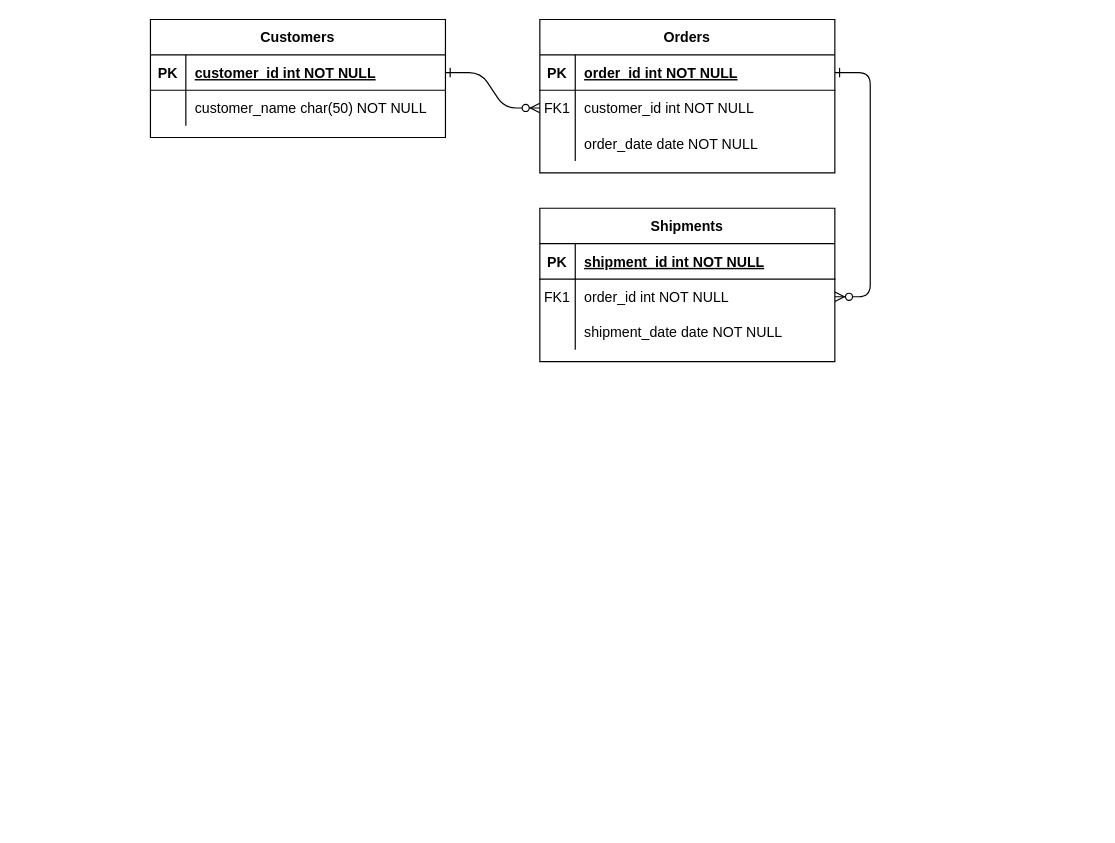
Above: BD3_ExamenParcial2.drawio in lourdesvaca/repository-algoritmica-avanzada-2023-2 (draw.io), before the change. Source tidied: cells renumbered, new cells numbered last; positions are measured from the earlier drawing's top-left corner, leaving out a move shared by most shapes. Both pictures are drawn from the tidied source at 118%, with x=0, y=0 at pixel (150, 19).
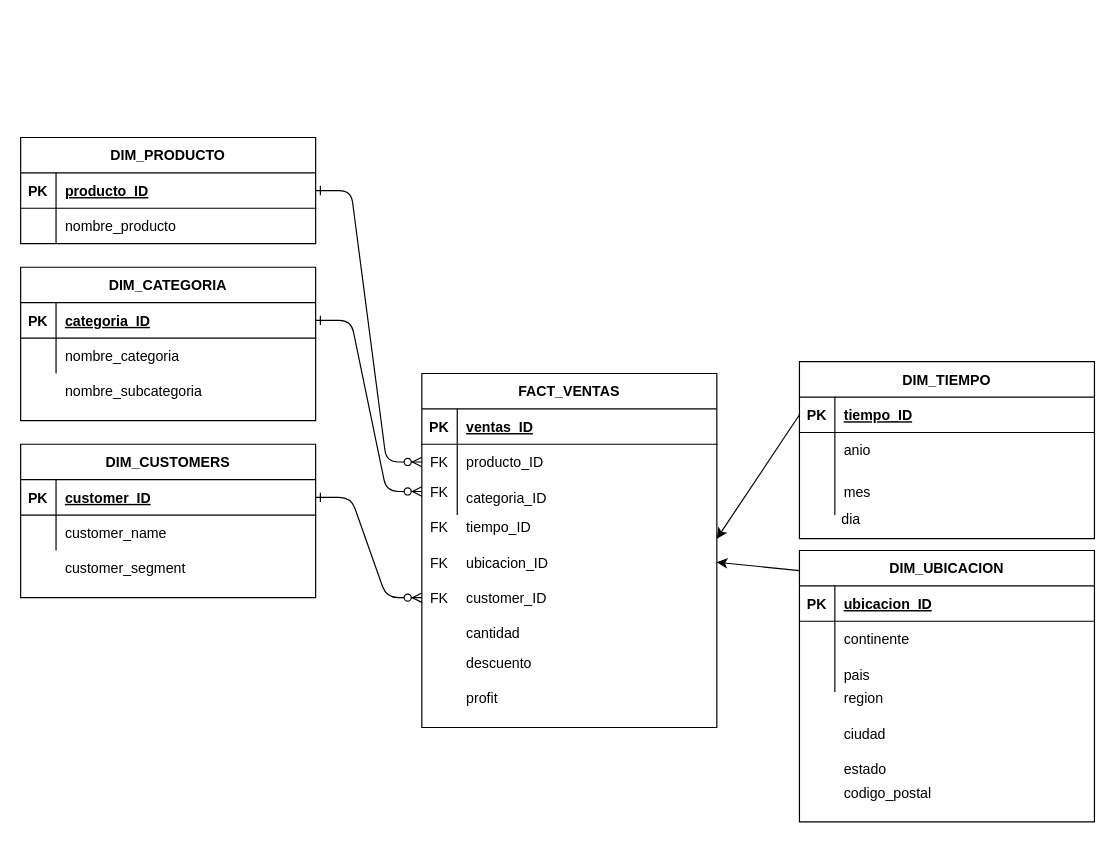
After the change.

The change refers to these unchanged cells:
```xml
<mxCell id="5" style="shape=partialRectangle;fillColor=none;points=[[0,0.5],[1,0.5]];portConstraint=eastwest;top=0;left=0;right=0;bottom=1;" parent="4" vertex="1">
  <mxGeometry y="30" width="250" height="30" as="geometry" />
</mxCell>
<mxCell id="8" style="shape=partialRectangle;fillColor=none;points=[[0,0.5],[1,0.5]];portConstraint=eastwest;top=0;left=0;right=0;bottom=0;" parent="4" vertex="1">
  <mxGeometry y="60" width="250" height="30" as="geometry" />
</mxCell>
<mxCell id="11" style="shape=partialRectangle;fillColor=none;top=0;left=0;right=0;bottom=0;" parent="4" vertex="1">
  <mxGeometry y="90" width="250" height="30" as="geometry" />
</mxCell>
<mxCell id="15" style="shape=partialRectangle;fillColor=none;points=[[0,0.5],[1,0.5]];portConstraint=eastwest;top=0;left=0;right=0;bottom=1;" parent="14" vertex="1">
  <mxGeometry y="30" width="250" height="30" as="geometry" />
</mxCell>
<mxCell id="18" style="shape=partialRectangle;fillColor=none;points=[[0,0.5],[1,0.5]];portConstraint=eastwest;top=0;left=0;right=0;bottom=0;" parent="14" vertex="1">
  <mxGeometry y="60" width="250" height="30" as="geometry" />
</mxCell>
<mxCell id="25" style="shape=partialRectangle;fillColor=none;points=[[0,0.5],[1,0.5]];portConstraint=eastwest;top=0;left=0;right=0;bottom=1;" parent="24" vertex="1">
  <mxGeometry y="30" width="250" height="30" as="geometry" />
</mxCell>
<mxCell id="28" style="shape=partialRectangle;fillColor=none;top=0;left=0;right=0;bottom=0;" parent="24" vertex="1">
  <mxGeometry y="60" width="250" height="30" as="geometry" />
</mxCell>
```

The edit, as a diff of the source:
```diff
@@
-    <mxCell id="2" style="edgeStyle=entityRelationEdgeStyle;endArrow=ERzeroToMany;startArrow=ERone;endFill=1;startFill=0;" parent="1" edge="1" source="25" target="8">
-      <mxGeometry relative="1" as="geometry" />
+    <mxCell id="2" style="edgeStyle=entityRelationEdgeStyle;endArrow=ERzeroToMany;startArrow=ERone;endFill=1;startFill=0;" parent="1" edge="1" source="25">
+      <mxGeometry relative="1" as="geometry">
+        <mxPoint x="230" y="490" as="targetPoint" />
+      </mxGeometry>
     </mxCell>
-    <mxCell id="3" style="edgeStyle=entityRelationEdgeStyle;endArrow=ERzeroToMany;startArrow=ERone;endFill=1;startFill=0;" parent="1" edge="1" source="5" target="18">
-      <mxGeometry relative="1" as="geometry" />
-    </mxCell>
-    <mxCell id="4" value="Orders" style="shape=table;startSize=30;childLayout=tableLayout;rowLines=0;fontStyle=1;align=center;" parent="1" vertex="1">
-      <mxGeometry x="330" width="250" height="130" as="geometry" />
+    <mxCell id="4" value="DIM_UBICACION" style="shape=table;startSize=30;childLayout=tableLayout;rowLines=0;fontStyle=1;align=center;" parent="1" vertex="1">
+      <mxGeometry x="550" y="450" width="250" height="230" as="geometry" />
     </mxCell>
@@
-    <mxCell id="7" value="order_id int NOT NULL " style="shape=partialRectangle;overflow=hidden;fillColor=none;top=0;left=0;bottom=0;right=0;align=left;spacingLeft=6;fontStyle=5;" parent="5" vertex="1">
+    <mxCell id="7" value="ubicacion_ID" style="shape=partialRectangle;overflow=hidden;fillColor=none;top=0;left=0;bottom=0;right=0;align=left;spacingLeft=6;fontStyle=5;" parent="5" vertex="1">
       <mxGeometry x="30" width="220" height="30" as="geometry" />
     </mxCell>
@@
-    <mxCell id="9" value="FK1" style="shape=partialRectangle;overflow=hidden;fillColor=none;top=0;left=0;bottom=0;right=0;" parent="8" vertex="1">
+    <mxCell id="9" style="shape=partialRectangle;overflow=hidden;fillColor=none;top=0;left=0;bottom=0;right=0;" parent="8" vertex="1">
       <mxGeometry width="30" height="30" as="geometry" />
     </mxCell>
-    <mxCell id="10" value="customer_id int NOT NULL" style="shape=partialRectangle;overflow=hidden;fillColor=none;top=0;left=0;bottom=0;right=0;align=left;spacingLeft=6;" parent="8" vertex="1">
+    <mxCell id="10" value="continente" style="shape=partialRectangle;overflow=hidden;fillColor=none;top=0;left=0;bottom=0;right=0;align=left;spacingLeft=6;" parent="8" vertex="1">
       <mxGeometry x="30" width="220" height="30" as="geometry" />
     </mxCell>
@@
-    <mxCell id="13" value="order_date date NOT NULL" style="shape=partialRectangle;overflow=hidden;fillColor=none;top=0;left=0;bottom=0;right=0;align=left;spacingLeft=6;" parent="11" vertex="1">
+    <mxCell id="13" value="pais" style="shape=partialRectangle;overflow=hidden;fillColor=none;top=0;left=0;bottom=0;right=0;align=left;spacingLeft=6;" parent="11" vertex="1">
       <mxGeometry x="30" width="220" height="30" as="geometry" />
     </mxCell>
-    <mxCell id="14" value="Shipments" style="shape=table;startSize=30;childLayout=tableLayout;rowLines=0;fontStyle=1;align=center;" parent="1" vertex="1">
-      <mxGeometry x="330" y="160" width="250" height="130" as="geometry" />
+    <mxCell id="14" value="DIM_TIEMPO" style="shape=table;startSize=30;childLayout=tableLayout;rowLines=0;fontStyle=1;align=center;" parent="1" vertex="1">
+      <mxGeometry x="550" y="290" width="250" height="150" as="geometry" />
     </mxCell>
@@
-    <mxCell id="17" value="shipment_id int NOT NULL " style="shape=partialRectangle;overflow=hidden;fillColor=none;top=0;left=0;bottom=0;right=0;align=left;spacingLeft=6;fontStyle=5;" parent="15" vertex="1">
+    <mxCell id="17" value="tiempo_ID" style="shape=partialRectangle;overflow=hidden;fillColor=none;top=0;left=0;bottom=0;right=0;align=left;spacingLeft=6;fontStyle=5;" parent="15" vertex="1">
       <mxGeometry x="30" width="220" height="30" as="geometry" />
     </mxCell>
@@
-    <mxCell id="19" value="FK1" style="shape=partialRectangle;overflow=hidden;fillColor=none;top=0;left=0;bottom=0;right=0;" parent="18" vertex="1">
+    <mxCell id="19" style="shape=partialRectangle;overflow=hidden;fillColor=none;top=0;left=0;bottom=0;right=0;" parent="18" vertex="1">
       <mxGeometry width="30" height="30" as="geometry" />
     </mxCell>
-    <mxCell id="20" value="order_id int NOT NULL" style="shape=partialRectangle;overflow=hidden;fillColor=none;top=0;left=0;bottom=0;right=0;align=left;spacingLeft=6;" parent="18" vertex="1">
+    <mxCell id="20" value="anio" style="shape=partialRectangle;overflow=hidden;fillColor=none;top=0;left=0;bottom=0;right=0;align=left;spacingLeft=6;" parent="18" vertex="1">
       <mxGeometry x="30" width="220" height="30" as="geometry" />
     </mxCell>
     <mxCell id="21" style="shape=partialRectangle;fillColor=none;top=0;left=0;right=0;bottom=0;" parent="14" vertex="1">
-      <mxGeometry y="90" width="250" height="30" as="geometry" />
+      <mxGeometry y="90" width="250" height="40" as="geometry" />
     </mxCell>
     <mxCell id="22" style="shape=partialRectangle;overflow=hidden;fillColor=none;top=0;left=0;bottom=0;right=0;" parent="21" vertex="1">
-      <mxGeometry width="30" height="30" as="geometry" />
+      <mxGeometry width="30" height="40" as="geometry" />
     </mxCell>
-    <mxCell id="23" value="shipment_date date NOT NULL" style="shape=partialRectangle;overflow=hidden;fillColor=none;top=0;left=0;bottom=0;right=0;align=left;spacingLeft=6;" parent="21" vertex="1">
-      <mxGeometry x="30" width="220" height="30" as="geometry" />
+    <mxCell id="23" value="mes" style="shape=partialRectangle;overflow=hidden;fillColor=none;top=0;left=0;bottom=0;right=0;align=left;spacingLeft=6;" parent="21" vertex="1">
+      <mxGeometry x="30" width="220" height="40" as="geometry" />
     </mxCell>
-    <mxCell id="24" value="Customers" style="shape=table;startSize=30;childLayout=tableLayout;rowLines=0;fontStyle=1;align=center;" parent="1" vertex="1">
-      <mxGeometry width="250" height="100" as="geometry" />
+    <mxCell id="24" value="DIM_CUSTOMERS" style="shape=table;startSize=30;childLayout=tableLayout;rowLines=0;fontStyle=1;align=center;" parent="1" vertex="1">
+      <mxGeometry x="-110" y="360" width="250" height="130" as="geometry" />
     </mxCell>
@@
-    <mxCell id="27" value="customer_id int NOT NULL " style="shape=partialRectangle;overflow=hidden;fillColor=none;top=0;left=0;bottom=0;right=0;align=left;spacingLeft=6;fontStyle=5;" parent="25" vertex="1">
+    <mxCell id="27" value="customer_ID" style="shape=partialRectangle;overflow=hidden;fillColor=none;top=0;left=0;bottom=0;right=0;align=left;spacingLeft=6;fontStyle=5;" parent="25" vertex="1">
       <mxGeometry x="30" width="220" height="30" as="geometry" />
     </mxCell>
@@
-    <mxCell id="30" value="customer_name char(50) NOT NULL" style="shape=partialRectangle;overflow=hidden;fillColor=none;top=0;left=0;bottom=0;right=0;align=left;spacingLeft=6;" parent="28" vertex="1">
+    <mxCell id="30" value="customer_name " style="shape=partialRectangle;overflow=hidden;fillColor=none;top=0;left=0;bottom=0;right=0;align=left;spacingLeft=6;" parent="28" vertex="1">
       <mxGeometry x="30" width="220" height="30" as="geometry" />
     </mxCell>
+    <mxCell id="31" value="dia" style="text;strokeColor=none;fillColor=none;spacingLeft=4;spacingRight=4;overflow=hidden;fontSize=12;whiteSpace=wrap;html=1;" parent="1" vertex="1">
+      <mxGeometry x="580" y="410" width="40" height="30" as="geometry" />
+    </mxCell>
+    <mxCell id="32" value="customer_segment" style="shape=partialRectangle;overflow=hidden;fillColor=none;top=0;left=0;bottom=0;right=0;align=left;spacingLeft=6;" parent="1" vertex="1">
+      <mxGeometry x="-80" y="450" width="220" height="30" as="geometry" />
+    </mxCell>
+    <mxCell id="33" value="FACT_VENTAS" style="shape=table;startSize=30;childLayout=tableLayout;rowLines=0;fontStyle=1;align=center;" parent="1" vertex="1">
+      <mxGeometry x="230" y="300" width="250" height="300" as="geometry" />
+    </mxCell>
+    <mxCell id="34" style="shape=partialRectangle;fillColor=none;top=0;left=0;right=0;bottom=1;" parent="33" vertex="1">
+      <mxGeometry y="30" width="250" height="30" as="geometry" />
+    </mxCell>
+    <mxCell id="35" value="PK" style="shape=partialRectangle;overflow=hidden;fillColor=none;top=0;left=0;bottom=0;right=0;fontStyle=1;" parent="34" vertex="1">
+      <mxGeometry width="30" height="30" as="geometry" />
+    </mxCell>
+    <mxCell id="36" value="ventas_ID" style="shape=partialRectangle;overflow=hidden;fillColor=none;top=0;left=0;bottom=0;right=0;align=left;spacingLeft=6;fontStyle=5;" parent="34" vertex="1">
+      <mxGeometry x="30" width="220" height="30" as="geometry" />
+    </mxCell>
+    <mxCell id="37" style="shape=partialRectangle;fillColor=none;points=[[0,0.5],[1,0.5]];portConstraint=eastwest;top=0;left=0;right=0;bottom=0;" parent="33" vertex="1">
+      <mxGeometry y="60" width="250" height="30" as="geometry" />
+    </mxCell>
+    <mxCell id="38" value="FK" style="shape=partialRectangle;overflow=hidden;fillColor=none;top=0;left=0;bottom=0;right=0;" parent="37" vertex="1">
+      <mxGeometry width="30" height="30" as="geometry" />
+    </mxCell>
+    <mxCell id="39" value="producto_ID" style="shape=partialRectangle;overflow=hidden;fillColor=none;top=0;left=0;bottom=0;right=0;align=left;spacingLeft=6;" parent="37" vertex="1">
+      <mxGeometry x="30" width="220" height="30" as="geometry" />
+    </mxCell>
+    <mxCell id="40" style="shape=partialRectangle;fillColor=none;top=0;left=0;right=0;bottom=0;" parent="33" vertex="1">
+      <mxGeometry y="90" width="250" height="30" as="geometry" />
+    </mxCell>
+    <mxCell id="41" style="shape=partialRectangle;overflow=hidden;fillColor=none;top=0;left=0;bottom=0;right=0;" parent="40" vertex="1">
+      <mxGeometry width="30" height="30" as="geometry" />
+    </mxCell>
+    <mxCell id="42" value="categoria_ID" style="shape=partialRectangle;overflow=hidden;fillColor=none;top=0;left=0;bottom=0;right=0;align=left;spacingLeft=6;" parent="40" vertex="1">
+      <mxGeometry x="30" width="220" height="30" as="geometry" />
+    </mxCell>
+    <mxCell id="43" value="FK" style="shape=partialRectangle;overflow=hidden;fillColor=none;top=0;left=0;bottom=0;right=0;" parent="1" vertex="1">
+      <mxGeometry x="230" y="415" width="30" height="30" as="geometry" />
+    </mxCell>
+    <mxCell id="44" value="FK" style="shape=partialRectangle;overflow=hidden;fillColor=none;top=0;left=0;bottom=0;right=0;" parent="1" vertex="1">
+      <mxGeometry x="230" y="445" width="30" height="30" as="geometry" />
+    </mxCell>
+    <mxCell id="45" value="FK" style="shape=partialRectangle;overflow=hidden;fillColor=none;top=0;left=0;bottom=0;right=0;" parent="1" vertex="1">
+      <mxGeometry x="230" y="475" width="30" height="30" as="geometry" />
+    </mxCell>
+    <mxCell id="46" value="region" style="shape=partialRectangle;overflow=hidden;fillColor=none;top=0;left=0;bottom=0;right=0;align=left;spacingLeft=6;" parent="1" vertex="1">
+      <mxGeometry x="580" y="560" width="220" height="30" as="geometry" />
+    </mxCell>
+    <mxCell id="47" value="ciudad" style="shape=partialRectangle;overflow=hidden;fillColor=none;top=0;left=0;bottom=0;right=0;align=left;spacingLeft=6;" parent="1" vertex="1">
+      <mxGeometry x="580" y="590" width="220" height="30" as="geometry" />
+    </mxCell>
+    <mxCell id="48" value="estado" style="shape=partialRectangle;overflow=hidden;fillColor=none;top=0;left=0;bottom=0;right=0;align=left;spacingLeft=6;" parent="1" vertex="1">
+      <mxGeometry x="580" y="620" width="220" height="30" as="geometry" />
+    </mxCell>
+    <mxCell id="49" value="codigo_postal" style="shape=partialRectangle;overflow=hidden;fillColor=none;top=0;left=0;bottom=0;right=0;align=left;spacingLeft=6;" parent="1" vertex="1">
+      <mxGeometry x="580" y="640" width="220" height="30" as="geometry" />
+    </mxCell>
+    <mxCell id="50" value="DIM_PRODUCTO" style="shape=table;startSize=30;childLayout=tableLayout;rowLines=0;fontStyle=1;align=center;" parent="1" vertex="1">
+      <mxGeometry x="-110" y="100" width="250" height="90" as="geometry" />
+    </mxCell>
+    <mxCell id="51" style="shape=partialRectangle;fillColor=none;points=[[0,0.5],[1,0.5]];portConstraint=eastwest;top=0;left=0;right=0;bottom=1;" parent="50" vertex="1">
+      <mxGeometry y="30" width="250" height="30" as="geometry" />
+    </mxCell>
+    <mxCell id="52" value="PK" style="shape=partialRectangle;overflow=hidden;fillColor=none;top=0;left=0;bottom=0;right=0;fontStyle=1;" parent="51" vertex="1">
+      <mxGeometry width="30" height="30" as="geometry" />
+    </mxCell>
+    <mxCell id="53" value="producto_ID" style="shape=partialRectangle;overflow=hidden;fillColor=none;top=0;left=0;bottom=0;right=0;align=left;spacingLeft=6;fontStyle=5;" parent="51" vertex="1">
+      <mxGeometry x="30" width="220" height="30" as="geometry" />
+    </mxCell>
+    <mxCell id="54" style="shape=partialRectangle;fillColor=none;top=0;left=0;right=0;bottom=0;" parent="50" vertex="1">
+      <mxGeometry y="60" width="250" height="30" as="geometry" />
+    </mxCell>
+    <mxCell id="55" style="shape=partialRectangle;overflow=hidden;fillColor=none;top=0;left=0;bottom=0;right=0;" parent="54" vertex="1">
+      <mxGeometry width="30" height="30" as="geometry" />
+    </mxCell>
+    <mxCell id="56" value="nombre_producto" style="shape=partialRectangle;overflow=hidden;fillColor=none;top=0;left=0;bottom=0;right=0;align=left;spacingLeft=6;" parent="54" vertex="1">
+      <mxGeometry x="30" width="220" height="30" as="geometry" />
+    </mxCell>
+    <mxCell id="57" value="DIM_CATEGORIA" style="shape=table;startSize=30;childLayout=tableLayout;rowLines=0;fontStyle=1;align=center;" parent="1" vertex="1">
+      <mxGeometry x="-110" y="210" width="250" height="130" as="geometry" />
+    </mxCell>
+    <mxCell id="58" style="shape=partialRectangle;fillColor=none;points=[[0,0.5],[1,0.5]];portConstraint=eastwest;top=0;left=0;right=0;bottom=1;" parent="57" vertex="1">
+      <mxGeometry y="30" width="250" height="30" as="geometry" />
+    </mxCell>
+    <mxCell id="59" value="PK" style="shape=partialRectangle;overflow=hidden;fillColor=none;top=0;left=0;bottom=0;right=0;fontStyle=1;" parent="58" vertex="1">
+      <mxGeometry width="30" height="30" as="geometry" />
+    </mxCell>
+    <mxCell id="60" value="categoria_ID" style="shape=partialRectangle;overflow=hidden;fillColor=none;top=0;left=0;bottom=0;right=0;align=left;spacingLeft=6;fontStyle=5;" parent="58" vertex="1">
+      <mxGeometry x="30" width="220" height="30" as="geometry" />
+    </mxCell>
+    <mxCell id="61" style="shape=partialRectangle;fillColor=none;top=0;left=0;right=0;bottom=0;" parent="57" vertex="1">
+      <mxGeometry y="60" width="250" height="30" as="geometry" />
+    </mxCell>
+    <mxCell id="62" style="shape=partialRectangle;overflow=hidden;fillColor=none;top=0;left=0;bottom=0;right=0;" parent="61" vertex="1">
+      <mxGeometry width="30" height="30" as="geometry" />
+    </mxCell>
+    <mxCell id="63" value="nombre_categoria" style="shape=partialRectangle;overflow=hidden;fillColor=none;top=0;left=0;bottom=0;right=0;align=left;spacingLeft=6;" parent="61" vertex="1">
+      <mxGeometry x="30" width="220" height="30" as="geometry" />
+    </mxCell>
+    <mxCell id="64" value="nombre_subcategoria" style="shape=partialRectangle;overflow=hidden;fillColor=none;top=0;left=0;bottom=0;right=0;align=left;spacingLeft=6;" parent="1" vertex="1">
+      <mxGeometry x="-80" y="300" width="220" height="30" as="geometry" />
+    </mxCell>
+    <mxCell id="65" style="edgeStyle=entityRelationEdgeStyle;endArrow=ERzeroToMany;startArrow=ERone;endFill=1;startFill=0;exitX=1;exitY=0.5;exitDx=0;exitDy=0;entryX=0;entryY=0.5;entryDx=0;entryDy=0;" parent="1" edge="1" source="51" target="37">
+      <mxGeometry relative="1" as="geometry" />
+    </mxCell>
+    <mxCell id="66" value="tiempo_ID" style="shape=partialRectangle;overflow=hidden;fillColor=none;top=0;left=0;bottom=0;right=0;align=left;spacingLeft=6;" parent="1" vertex="1">
+      <mxGeometry x="260" y="415" width="220" height="30" as="geometry" />
+    </mxCell>
+    <mxCell id="67" value="ubicacion_ID" style="shape=partialRectangle;overflow=hidden;fillColor=none;top=0;left=0;bottom=0;right=0;align=left;spacingLeft=6;" parent="1" vertex="1">
+      <mxGeometry x="260" y="445" width="220" height="30" as="geometry" />
+    </mxCell>
+    <mxCell id="68" value="customer_ID" style="shape=partialRectangle;overflow=hidden;fillColor=none;top=0;left=0;bottom=0;right=0;align=left;spacingLeft=6;" parent="1" vertex="1">
+      <mxGeometry x="260" y="475" width="220" height="30" as="geometry" />
+    </mxCell>
+    <mxCell id="69" value="cantidad" style="shape=partialRectangle;overflow=hidden;fillColor=none;top=0;left=0;bottom=0;right=0;align=left;spacingLeft=6;" parent="1" vertex="1">
+      <mxGeometry x="260" y="505" width="220" height="30" as="geometry" />
+    </mxCell>
+    <mxCell id="70" value="descuento" style="shape=partialRectangle;overflow=hidden;fillColor=none;top=0;left=0;bottom=0;right=0;align=left;spacingLeft=6;" parent="1" vertex="1">
+      <mxGeometry x="260" y="530" width="220" height="30" as="geometry" />
+    </mxCell>
+    <mxCell id="71" value="profit" style="shape=partialRectangle;overflow=hidden;fillColor=none;top=0;left=0;bottom=0;right=0;align=left;spacingLeft=6;" parent="1" vertex="1">
+      <mxGeometry x="260" y="560" width="220" height="30" as="geometry" />
+    </mxCell>
+    <mxCell id="72" value="FK" style="shape=partialRectangle;overflow=hidden;fillColor=none;top=0;left=0;bottom=0;right=0;" parent="1" vertex="1">
+      <mxGeometry x="230" y="385" width="30" height="30" as="geometry" />
+    </mxCell>
+    <mxCell id="73" style="edgeStyle=entityRelationEdgeStyle;endArrow=ERzeroToMany;startArrow=ERone;endFill=1;startFill=0;exitX=1;exitY=0.5;exitDx=0;exitDy=0;" parent="1" edge="1" source="58">
+      <mxGeometry relative="1" as="geometry">
+        <mxPoint x="230" y="400" as="targetPoint" />
+      </mxGeometry>
+    </mxCell>
+    <mxCell id="74" style="endArrow=classic;html=1;rounded=0;exitX=0;exitY=0.5;exitDx=0;exitDy=0;" parent="1" edge="1" source="15">
+      <mxGeometry relative="1" as="geometry">
+        <mxPoint x="480" y="440" as="targetPoint" />
+      </mxGeometry>
+    </mxCell>
+    <mxCell id="75" style="endArrow=classic;html=1;rounded=0;exitX=0;exitY=0.074;exitDx=0;exitDy=0;exitPerimeter=0;" parent="1" edge="1" source="4">
+      <mxGeometry relative="1" as="geometry">
+        <mxPoint x="480" y="460" as="targetPoint" />
+      </mxGeometry>
+    </mxCell>
```
